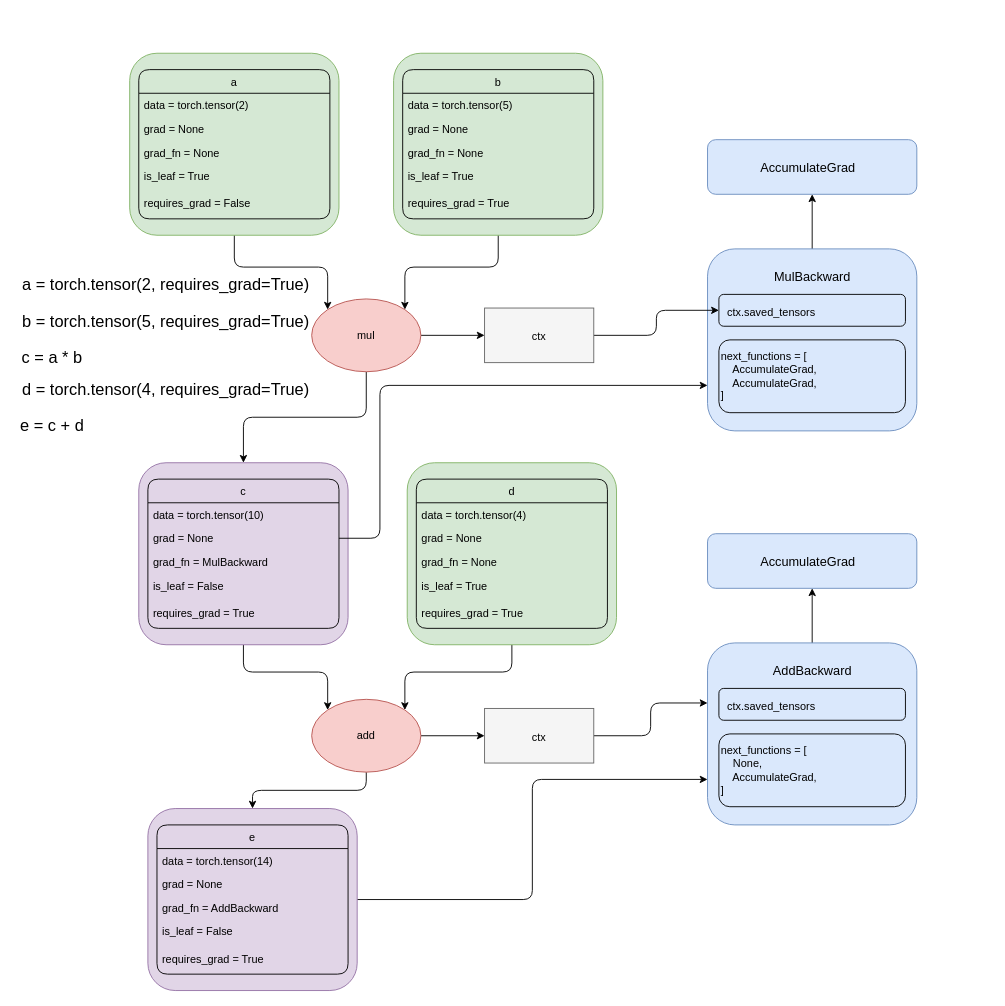
yngtodd/eleven keeps this draw.io diagram as examples/diagrams/draw_mul.drawio. Above is the earlier version. Source tidied: cells renumbered, new cells numbered last; positions are measured from the earlier drawing's top-left corner, leaving out a move shared by most shapes. Both pictures are drawn from the tidied source at 91%, with x=0, y=0 at pixel (15, 53).
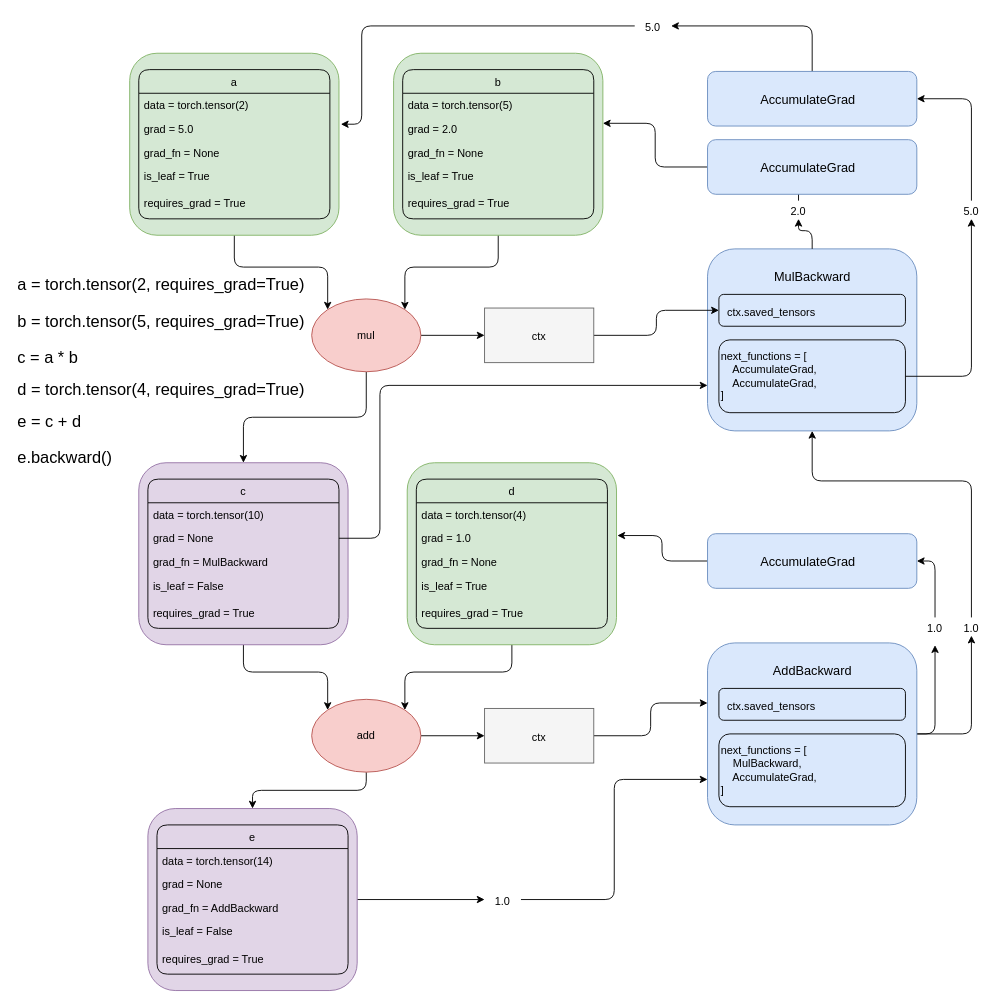
Above is the later version.

Unchanged cells that the change refers to:
```xml
<mxCell id="3" style="rounded=1;whiteSpace=wrap;html=1;fillColor=#d5e8d4;strokeColor=#82b366;" parent="1" vertex="1">
  <mxGeometry x="125" width="230" height="200" as="geometry" />
</mxCell>
<mxCell id="4" value="a" style="swimlane;fontStyle=0;horizontal=1;startSize=26;fillColor=none;rounded=1;swimlaneLine=1;glass=0;sketch=0;shadow=0;" parent="1" vertex="1">
  <mxGeometry x="135" y="18" width="210" height="164" as="geometry" />
</mxCell>
<mxCell id="11" style="rounded=1;whiteSpace=wrap;html=1;fillColor=#d5e8d4;strokeColor=#82b366;" parent="1" vertex="1">
  <mxGeometry x="415" width="230" height="200" as="geometry" />
</mxCell>
<mxCell id="12" value="b" style="swimlane;fontStyle=0;horizontal=1;startSize=26;fillColor=none;rounded=1;swimlaneLine=1;glass=0;sketch=0;shadow=0;" parent="1" vertex="1">
  <mxGeometry x="425" y="18" width="210" height="164" as="geometry" />
</mxCell>
<mxCell id="34" style="rounded=1;whiteSpace=wrap;html=1;fillColor=#dae8fc;strokeColor=#6c8ebf;" parent="1" vertex="1">
  <mxGeometry x="760" y="215" width="230" height="200" as="geometry" />
</mxCell>
<mxCell id="40" value="&lt;div style=&quot;font-size: 12px&quot;&gt;&lt;font style=&quot;font-size: 12px&quot;&gt;next_functions = [&lt;/font&gt;&lt;/div&gt;&lt;div style=&quot;font-size: 12px&quot;&gt;&lt;font style=&quot;font-size: 12px&quot;&gt;&amp;nbsp;&amp;nbsp;&amp;nbsp; AccumulateGrad,&lt;br&gt;&lt;/font&gt;&lt;/div&gt;&lt;div style=&quot;font-size: 12px&quot;&gt;&lt;font style=&quot;font-size: 12px&quot;&gt;&amp;nbsp;&amp;nbsp;&amp;nbsp; AccumulateGrad,&lt;/font&gt;&lt;/div&gt;&lt;div style=&quot;font-size: 12px&quot;&gt;&lt;font style=&quot;font-size: 12px&quot;&gt;]&lt;br&gt;&lt;/font&gt;&lt;/div&gt;" style="rounded=1;whiteSpace=wrap;html=1;shadow=0;glass=0;sketch=0;startSize=26;fillColor=none;fontSize=18;align=left;" parent="1" vertex="1">
  <mxGeometry x="772.5" y="315" width="205" height="80" as="geometry" />
</mxCell>
<mxCell id="42" style="rounded=1;whiteSpace=wrap;html=1;fillColor=#dae8fc;strokeColor=#6c8ebf;" parent="1" vertex="1">
  <mxGeometry x="760" y="95" width="230" height="60" as="geometry" />
</mxCell>
<mxCell id="48" style="rounded=1;whiteSpace=wrap;html=1;fillColor=#d5e8d4;strokeColor=#82b366;" parent="1" vertex="1">
  <mxGeometry x="430" y="450" width="230" height="200" as="geometry" />
</mxCell>
<mxCell id="49" value="d" style="swimlane;fontStyle=0;horizontal=1;startSize=26;fillColor=none;rounded=1;swimlaneLine=1;glass=0;sketch=0;shadow=0;" parent="1" vertex="1">
  <mxGeometry x="440" y="468" width="210" height="164" as="geometry" />
</mxCell>
<mxCell id="61" style="rounded=1;whiteSpace=wrap;html=1;fillColor=#e1d5e7;strokeColor=#9673a6;" parent="1" vertex="1">
  <mxGeometry x="145" y="830" width="230" height="200" as="geometry" />
</mxCell>
<mxCell id="69" style="rounded=1;whiteSpace=wrap;html=1;fillColor=#dae8fc;strokeColor=#6c8ebf;" parent="1" vertex="1">
  <mxGeometry x="760" y="648" width="230" height="200" as="geometry" />
</mxCell>
<mxCell id="74" style="rounded=1;whiteSpace=wrap;html=1;fillColor=#dae8fc;strokeColor=#6c8ebf;" parent="1" vertex="1">
  <mxGeometry x="760" y="528" width="230" height="60" as="geometry" />
</mxCell>
```

What changed in the source:
```diff
@@
-    <mxCell id="6" value="grad = None" style="text;strokeColor=none;fillColor=none;align=left;verticalAlign=top;spacingLeft=4;spacingRight=4;overflow=hidden;" parent="4" vertex="1">
+    <mxCell id="6" value="grad = 5.0" style="text;strokeColor=none;fillColor=none;align=left;verticalAlign=top;spacingLeft=4;spacingRight=4;overflow=hidden;" parent="4" vertex="1">
       <mxGeometry y="52" width="210" height="26" as="geometry" />
     </mxCell>
@@
-    <mxCell id="9" value="requires_grad = False" style="text;strokeColor=none;fillColor=none;spacingLeft=4;spacingRight=4;overflow=hidden;fontSize=12;rounded=1;shadow=0;glass=0;sketch=0;startSize=26;" parent="4" vertex="1">
+    <mxCell id="9" value="requires_grad = True" style="text;strokeColor=none;fillColor=none;spacingLeft=4;spacingRight=4;overflow=hidden;fontSize=12;rounded=1;shadow=0;glass=0;sketch=0;startSize=26;" parent="4" vertex="1">
       <mxGeometry y="134" width="210" height="30" as="geometry" />
     </mxCell>
@@
-    <mxCell id="14" value="grad = None" style="text;strokeColor=none;fillColor=none;align=left;verticalAlign=top;spacingLeft=4;spacingRight=4;overflow=hidden;" parent="12" vertex="1">
+    <mxCell id="14" value="grad = 2.0" style="text;strokeColor=none;fillColor=none;align=left;verticalAlign=top;spacingLeft=4;spacingRight=4;overflow=hidden;" parent="12" vertex="1">
       <mxGeometry y="52" width="210" height="26" as="geometry" />
     </mxCell>
@@
-    <mxCell id="30" value="&lt;font style=&quot;font-size: 18px&quot;&gt;a = torch.tensor(2, requires_grad=True)&lt;/font&gt;" style="text;html=1;align=center;verticalAlign=middle;whiteSpace=wrap;rounded=0;shadow=0;glass=0;sketch=0;startSize=26;fontSize=18;fontStyle=0;labelPosition=center;verticalLabelPosition=middle;" parent="1" vertex="1">
+    <mxCell id="30" value="&lt;font style=&quot;font-size: 18px&quot;&gt;a = torch.tensor(2, requires_grad=True)&lt;/font&gt;" style="text;html=1;align=left;verticalAlign=middle;whiteSpace=wrap;rounded=0;shadow=0;glass=0;sketch=0;startSize=26;fontSize=18;fontStyle=0;labelPosition=center;verticalLabelPosition=middle;" parent="1" vertex="1">
       <mxGeometry y="240" width="330" height="30" as="geometry" />
     </mxCell>
-    <mxCell id="31" value="&lt;font style=&quot;font-size: 18px&quot;&gt;b = torch.tensor(5, requires_grad=True)&lt;/font&gt;" style="text;html=1;align=center;verticalAlign=middle;whiteSpace=wrap;rounded=0;shadow=0;glass=0;sketch=0;startSize=26;fontSize=18;fontStyle=0;labelPosition=center;verticalLabelPosition=middle;" parent="1" vertex="1">
+    <mxCell id="31" value="&lt;font style=&quot;font-size: 18px&quot;&gt;b = torch.tensor(5, requires_grad=True)&lt;/font&gt;" style="text;html=1;align=left;verticalAlign=middle;whiteSpace=wrap;rounded=0;shadow=0;glass=0;sketch=0;startSize=26;fontSize=18;fontStyle=0;labelPosition=center;verticalLabelPosition=middle;" parent="1" vertex="1">
       <mxGeometry y="280" width="330" height="30" as="geometry" />
     </mxCell>
-    <mxCell id="32" value="&lt;font style=&quot;font-size: 18px;&quot;&gt;c = a * b&lt;/font&gt;" style="text;html=1;align=center;verticalAlign=middle;whiteSpace=wrap;rounded=0;shadow=0;glass=0;sketch=0;startSize=26;fontSize=18;fontStyle=0;labelPosition=center;verticalLabelPosition=middle;" parent="1" vertex="1">
-      <mxGeometry y="320" width="80" height="30" as="geometry" />
+    <mxCell id="32" value="&lt;font style=&quot;font-size: 18px;&quot;&gt;c = a * b&lt;/font&gt;" style="text;html=1;align=left;verticalAlign=middle;whiteSpace=wrap;rounded=0;shadow=0;glass=0;sketch=0;startSize=26;fontSize=18;fontStyle=0;labelPosition=center;verticalLabelPosition=middle;" parent="1" vertex="1">
+      <mxGeometry y="320" width="100" height="30" as="geometry" />
     </mxCell>
-    <mxCell id="33" style="edgeStyle=orthogonalEdgeStyle;rounded=1;jettySize=auto;html=1;entryX=0.5;entryY=1;entryDx=0;entryDy=0;startSize=26;fontSize=18;" parent="1" edge="1" source="34" target="42">
+    <mxCell id="33" style="edgeStyle=orthogonalEdgeStyle;rounded=1;jettySize=auto;html=1;entryX=0.5;entryY=1;entryDx=0;entryDy=0;startSize=26;fontSize=18;" parent="1" edge="1" source="94" target="42">
       <mxGeometry relative="1" as="geometry" />
     </mxCell>
@@
+    <mxCell id="79" style="edgeStyle=orthogonalEdgeStyle;rounded=1;jettySize=auto;html=1;entryX=0.5;entryY=1;entryDx=0;entryDy=0;startSize=26;fontSize=18;" parent="1" edge="1" source="40" target="97">
+      <mxGeometry relative="1" as="geometry" />
+    </mxCell>
@@
+    <mxCell id="80" style="edgeStyle=orthogonalEdgeStyle;rounded=1;jettySize=auto;html=1;entryX=1;entryY=0.385;entryDx=0;entryDy=0;entryPerimeter=0;startSize=26;fontSize=18;" parent="1" edge="1" source="42" target="11">
+      <mxGeometry relative="1" as="geometry" />
+    </mxCell>
@@
-    <mxCell id="45" value="&lt;font style=&quot;font-size: 18px&quot;&gt;d = torch.tensor(4, requires_grad=True)&lt;/font&gt;" style="text;html=1;align=center;verticalAlign=middle;whiteSpace=wrap;rounded=0;shadow=0;glass=0;sketch=0;startSize=26;fontSize=18;fontStyle=0;labelPosition=center;verticalLabelPosition=middle;" parent="1" vertex="1">
-      <mxGeometry y="355" width="330" height="30" as="geometry" />
+    <mxCell id="45" value="&lt;div align=&quot;left&quot;&gt;&lt;font style=&quot;font-size: 18px&quot;&gt;d = torch.tensor(4, requires_grad=True)&lt;/font&gt;&lt;/div&gt;" style="text;html=1;align=left;verticalAlign=middle;whiteSpace=wrap;rounded=0;shadow=0;glass=0;sketch=0;startSize=26;fontSize=18;fontStyle=0;labelPosition=center;verticalLabelPosition=middle;" parent="1" vertex="1">
+      <mxGeometry y="355" width="340" height="30" as="geometry" />
     </mxCell>
-    <mxCell id="46" value="&lt;font style=&quot;font-size: 18px&quot;&gt;e = c + d&lt;br&gt;&lt;/font&gt;" style="text;html=1;align=center;verticalAlign=middle;whiteSpace=wrap;rounded=0;shadow=0;glass=0;sketch=0;startSize=26;fontSize=18;fontStyle=0;labelPosition=center;verticalLabelPosition=middle;" parent="1" vertex="1">
-      <mxGeometry y="395" width="80" height="30" as="geometry" />
+    <mxCell id="46" value="&lt;div align=&quot;left&quot;&gt;&lt;font style=&quot;font-size: 18px&quot;&gt;e = c + d&lt;/font&gt;&lt;br&gt;&lt;/div&gt;" style="text;html=1;align=left;verticalAlign=middle;whiteSpace=wrap;rounded=0;shadow=0;glass=0;sketch=0;startSize=26;fontSize=18;fontStyle=0;labelPosition=center;verticalLabelPosition=middle;" parent="1" vertex="1">
+      <mxGeometry y="390" width="80" height="30" as="geometry" />
     </mxCell>
@@
-    <mxCell id="51" value="grad = None" style="text;strokeColor=none;fillColor=none;align=left;verticalAlign=top;spacingLeft=4;spacingRight=4;overflow=hidden;" parent="49" vertex="1">
+    <mxCell id="51" value="grad = 1.0" style="text;strokeColor=none;fillColor=none;align=left;verticalAlign=top;spacingLeft=4;spacingRight=4;overflow=hidden;" parent="49" vertex="1">
       <mxGeometry y="52" width="210" height="26" as="geometry" />
     </mxCell>
@@
-    <mxCell id="60" style="edgeStyle=orthogonalEdgeStyle;rounded=1;jettySize=auto;html=1;entryX=0;entryY=0.75;entryDx=0;entryDy=0;startSize=26;fontSize=18;" parent="1" edge="1" source="61" target="69">
+    <mxCell id="60" style="edgeStyle=orthogonalEdgeStyle;rounded=1;jettySize=auto;html=1;entryX=0;entryY=0.75;entryDx=0;entryDy=0;startSize=26;fontSize=18;" parent="1" edge="1" source="90" target="69">
       <mxGeometry relative="1" as="geometry" />
     </mxCell>
+    <mxCell id="81" style="edgeStyle=orthogonalEdgeStyle;rounded=1;jettySize=auto;html=1;entryX=0;entryY=0.5;entryDx=0;entryDy=0;startSize=26;fontSize=18;" parent="1" edge="1" source="61" target="90">
+      <mxGeometry relative="1" as="geometry" />
+    </mxCell>
@@
-    <mxCell id="68" style="edgeStyle=orthogonalEdgeStyle;rounded=1;jettySize=auto;html=1;entryX=0.5;entryY=1;entryDx=0;entryDy=0;startSize=26;fontSize=18;" parent="1" edge="1" source="69" target="74">
-      <mxGeometry relative="1" as="geometry" />
-    </mxCell>
+    <mxCell id="82" style="edgeStyle=orthogonalEdgeStyle;rounded=1;jettySize=auto;html=1;startSize=26;fontSize=18;" parent="1" edge="1" source="69">
+      <mxGeometry relative="1" as="geometry">
+        <mxPoint x="1010" y="650" as="targetPoint" />
+      </mxGeometry>
+    </mxCell>
+    <mxCell id="83" style="edgeStyle=orthogonalEdgeStyle;rounded=1;jettySize=auto;html=1;entryX=0.5;entryY=1;entryDx=0;entryDy=0;startSize=26;fontSize=18;" parent="1" edge="1" source="69" target="93">
+      <mxGeometry relative="1" as="geometry" />
+    </mxCell>
@@
+    <mxCell id="84" style="edgeStyle=orthogonalEdgeStyle;rounded=1;jettySize=auto;html=1;entryX=1;entryY=0.5;entryDx=0;entryDy=0;startSize=26;fontSize=18;" parent="1" edge="1" source="91" target="74">
+      <mxGeometry relative="1" as="geometry" />
+    </mxCell>
-    <mxCell id="72" value="&lt;div style=&quot;font-size: 12px&quot;&gt;&lt;font style=&quot;font-size: 12px&quot;&gt;next_functions = [&lt;/font&gt;&lt;/div&gt;&lt;div style=&quot;font-size: 12px&quot;&gt;&lt;font style=&quot;font-size: 12px&quot;&gt;&amp;nbsp;&amp;nbsp;&amp;nbsp; None,&lt;br&gt;&lt;/font&gt;&lt;/div&gt;&lt;div style=&quot;font-size: 12px&quot;&gt;&lt;font style=&quot;font-size: 12px&quot;&gt;&amp;nbsp;&amp;nbsp;&amp;nbsp; AccumulateGrad,&lt;/font&gt;&lt;/div&gt;&lt;div style=&quot;font-size: 12px&quot;&gt;&lt;font style=&quot;font-size: 12px&quot;&gt;]&lt;br&gt;&lt;/font&gt;&lt;/div&gt;" style="rounded=1;whiteSpace=wrap;html=1;shadow=0;glass=0;sketch=0;startSize=26;fillColor=none;fontSize=18;align=left;" parent="1" vertex="1">
+    <mxCell id="72" value="&lt;div style=&quot;font-size: 12px&quot;&gt;&lt;font style=&quot;font-size: 12px&quot;&gt;next_functions = [&lt;/font&gt;&lt;/div&gt;&lt;div style=&quot;font-size: 12px&quot;&gt;&lt;font style=&quot;font-size: 12px&quot;&gt;&amp;nbsp;&amp;nbsp;&amp;nbsp; MulBackward,&lt;br&gt;&lt;/font&gt;&lt;/div&gt;&lt;div style=&quot;font-size: 12px&quot;&gt;&lt;font style=&quot;font-size: 12px&quot;&gt;&amp;nbsp;&amp;nbsp;&amp;nbsp; AccumulateGrad,&lt;/font&gt;&lt;/div&gt;&lt;div style=&quot;font-size: 12px&quot;&gt;&lt;font style=&quot;font-size: 12px&quot;&gt;]&lt;br&gt;&lt;/font&gt;&lt;/div&gt;" style="rounded=1;whiteSpace=wrap;html=1;shadow=0;glass=0;sketch=0;startSize=26;fillColor=none;fontSize=18;align=left;" parent="1" vertex="1">
       <mxGeometry x="772.5" y="748" width="205" height="80" as="geometry" />
     </mxCell>
@@
+    <mxCell id="85" style="edgeStyle=orthogonalEdgeStyle;rounded=1;jettySize=auto;html=1;entryX=1.004;entryY=0.4;entryDx=0;entryDy=0;entryPerimeter=0;startSize=26;fontSize=18;" parent="1" edge="1" source="74" target="48">
+      <mxGeometry relative="1" as="geometry" />
+    </mxCell>
@@
+    <mxCell id="86" style="edgeStyle=orthogonalEdgeStyle;rounded=1;jettySize=auto;html=1;entryX=1;entryY=0.5;entryDx=0;entryDy=0;startSize=26;fontSize=18;exitX=0.5;exitY=0;exitDx=0;exitDy=0;" parent="1" edge="1" source="87" target="99">
+      <mxGeometry relative="1" as="geometry" />
+    </mxCell>
+    <mxCell id="87" style="rounded=1;whiteSpace=wrap;html=1;fillColor=#dae8fc;strokeColor=#6c8ebf;" parent="1" vertex="1">
+      <mxGeometry x="760" y="20" width="230" height="60" as="geometry" />
+    </mxCell>
+    <mxCell id="88" value="&lt;font style=&quot;font-size: 14px&quot;&gt;AccumulateGrad&lt;/font&gt;" style="text;html=1;strokeColor=none;fillColor=none;align=center;verticalAlign=middle;whiteSpace=wrap;rounded=0;shadow=0;glass=0;sketch=0;startSize=26;fontSize=18;" parent="1" vertex="1">
+      <mxGeometry x="817.5" y="40" width="105" height="20" as="geometry" />
+    </mxCell>
+    <mxCell id="89" value="&lt;div align=&quot;left&quot;&gt;&lt;font style=&quot;font-size: 18px&quot;&gt;e.backward()&lt;/font&gt;&lt;br&gt;&lt;/div&gt;" style="text;html=1;align=left;verticalAlign=middle;whiteSpace=wrap;rounded=0;shadow=0;glass=0;sketch=0;startSize=26;fontSize=18;fontStyle=0;labelPosition=center;verticalLabelPosition=middle;" parent="1" vertex="1">
+      <mxGeometry y="430" width="120" height="30" as="geometry" />
+    </mxCell>
+    <mxCell id="90" value="&lt;font style=&quot;font-size: 12px&quot;&gt;1.0&lt;/font&gt;" style="text;html=1;strokeColor=none;fillColor=none;align=center;verticalAlign=middle;whiteSpace=wrap;rounded=0;shadow=0;glass=0;sketch=0;startSize=26;fontSize=18;" parent="1" vertex="1">
+      <mxGeometry x="515" y="920" width="40" height="20" as="geometry" />
+    </mxCell>
+    <mxCell id="91" value="&lt;font style=&quot;font-size: 12px&quot;&gt;1.0&lt;/font&gt;" style="text;html=1;strokeColor=none;fillColor=none;align=center;verticalAlign=middle;whiteSpace=wrap;rounded=0;shadow=0;glass=0;sketch=0;startSize=26;fontSize=18;" parent="1" vertex="1">
+      <mxGeometry x="990" y="620" width="40" height="20" as="geometry" />
+    </mxCell>
+    <mxCell id="92" style="edgeStyle=orthogonalEdgeStyle;rounded=1;jettySize=auto;html=1;entryX=0.5;entryY=1;entryDx=0;entryDy=0;startSize=26;fontSize=18;" parent="1" edge="1" source="93" target="34">
+      <mxGeometry relative="1" as="geometry">
+        <Array as="points">
+          <mxPoint x="1050" y="470" />
+          <mxPoint x="875" y="470" />
+        </Array>
+      </mxGeometry>
+    </mxCell>
+    <mxCell id="93" value="&lt;font style=&quot;font-size: 12px&quot;&gt;1.0&lt;/font&gt;" style="text;html=1;strokeColor=none;fillColor=none;align=center;verticalAlign=middle;whiteSpace=wrap;rounded=0;shadow=0;glass=0;sketch=0;startSize=26;fontSize=18;" parent="1" vertex="1">
+      <mxGeometry x="1030" y="620" width="40" height="20" as="geometry" />
+    </mxCell>
+    <mxCell id="94" value="&lt;font style=&quot;font-size: 12px&quot;&gt;2.0&lt;/font&gt;" style="text;html=1;strokeColor=none;fillColor=none;align=center;verticalAlign=middle;whiteSpace=wrap;rounded=0;shadow=0;glass=0;sketch=0;startSize=26;fontSize=18;" parent="1" vertex="1">
+      <mxGeometry x="840" y="162" width="40" height="20" as="geometry" />
+    </mxCell>
+    <mxCell id="95" style="edgeStyle=orthogonalEdgeStyle;rounded=1;jettySize=auto;html=1;entryX=0.5;entryY=1;entryDx=0;entryDy=0;startSize=26;fontSize=18;" parent="1" edge="1" source="34" target="94">
+      <mxGeometry relative="1" as="geometry" />
+    </mxCell>
+    <mxCell id="96" style="edgeStyle=orthogonalEdgeStyle;rounded=1;jettySize=auto;html=1;entryX=1;entryY=0.5;entryDx=0;entryDy=0;startSize=26;fontSize=18;exitX=0.5;exitY=0;exitDx=0;exitDy=0;" parent="1" edge="1" source="97" target="87">
+      <mxGeometry relative="1" as="geometry" />
+    </mxCell>
+    <mxCell id="97" value="&lt;font style=&quot;font-size: 12px&quot;&gt;5.0&lt;/font&gt;" style="text;html=1;strokeColor=none;fillColor=none;align=center;verticalAlign=middle;whiteSpace=wrap;rounded=0;shadow=0;glass=0;sketch=0;startSize=26;fontSize=18;" parent="1" vertex="1">
+      <mxGeometry x="1030" y="162" width="40" height="20" as="geometry" />
+    </mxCell>
+    <mxCell id="98" style="edgeStyle=orthogonalEdgeStyle;rounded=1;jettySize=auto;html=1;entryX=1.009;entryY=0.39;entryDx=0;entryDy=0;entryPerimeter=0;startSize=26;fontSize=18;" parent="1" edge="1" source="99" target="3">
+      <mxGeometry relative="1" as="geometry">
+        <Array as="points">
+          <mxPoint x="380" y="-30" />
+          <mxPoint x="380" y="78" />
+        </Array>
+      </mxGeometry>
+    </mxCell>
+    <mxCell id="99" value="&lt;font style=&quot;font-size: 12px&quot;&gt;5.0&lt;/font&gt;" style="text;html=1;strokeColor=none;fillColor=none;align=center;verticalAlign=middle;whiteSpace=wrap;rounded=0;shadow=0;glass=0;sketch=0;startSize=26;fontSize=18;" parent="1" vertex="1">
+      <mxGeometry x="680" y="-40" width="40" height="20" as="geometry" />
+    </mxCell>
```
